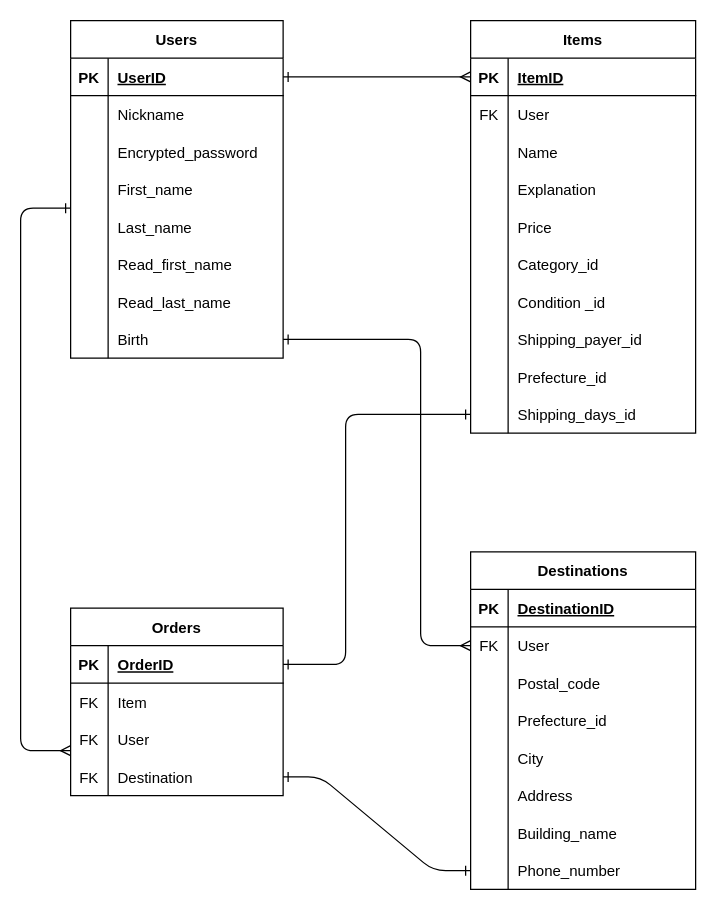
Above: furima-40424.dio in Ren-40424/furima-40424 (draw.io), before the change. Source tidied: cells renumbered, new cells numbered last; positions are measured from the earlier drawing's top-left corner, leaving out a move shared by most shapes. Both pictures are drawn from the tidied source at 125%, with x=0, y=0 at pixel (20, 20).
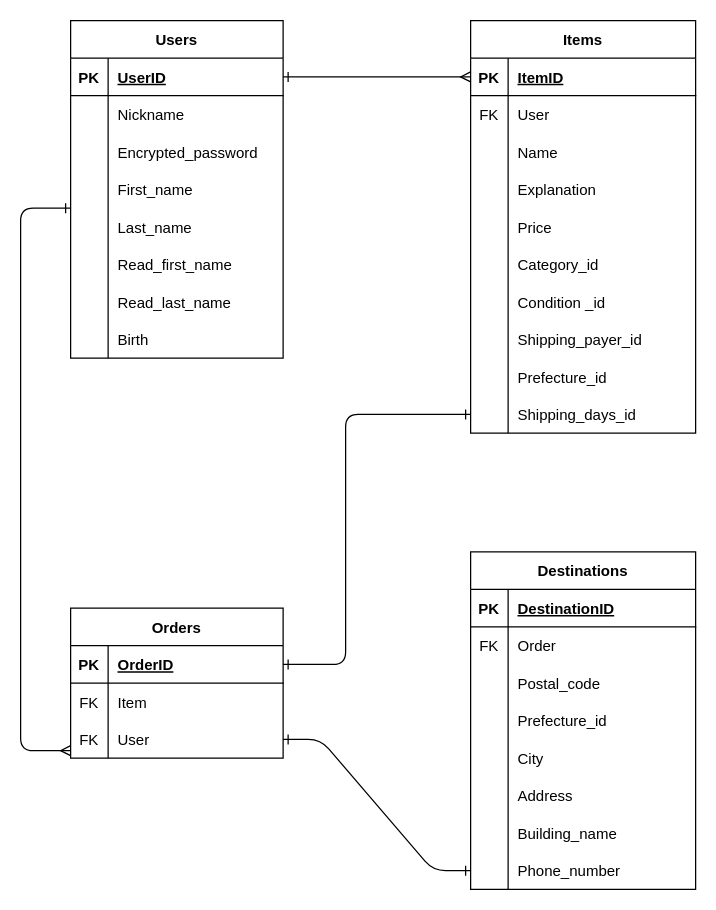
The same page after the edit.

Commit message (it also covers changes not shown here):
データベース設計の修正

Unchanged cells that the change refers to:
```xml
<mxCell id="24" style="shape=tableRow;horizontal=0;startSize=0;swimlaneHead=0;swimlaneBody=0;fillColor=none;points=[[0,0.5],[1,0.5]];portConstraint=eastwest;top=0;left=0;right=0;bottom=0;" parent="2" vertex="1">
  <mxGeometry y="240" width="170" height="30" as="geometry" />
</mxCell>
<mxCell id="65" style="shape=tableRow;horizontal=0;startSize=0;swimlaneHead=0;swimlaneBody=0;fillColor=none;points=[[0,0.5],[1,0.5]];portConstraint=eastwest;top=0;left=0;right=0;bottom=0;" parent="58" vertex="1">
  <mxGeometry y="90" width="170" height="30" as="geometry" />
</mxCell>
<mxCell id="75" style="shape=tableRow;horizontal=0;startSize=0;swimlaneHead=0;swimlaneBody=0;fillColor=none;points=[[0,0.5],[1,0.5]];portConstraint=eastwest;top=0;left=0;right=0;bottom=0;" parent="71" vertex="1">
  <mxGeometry y="60" width="180" height="30" as="geometry" />
</mxCell>
<mxCell id="93" style="shape=tableRow;horizontal=0;startSize=0;swimlaneHead=0;swimlaneBody=0;fillColor=none;points=[[0,0.5],[1,0.5]];portConstraint=eastwest;top=0;left=0;right=0;bottom=0;" parent="71" vertex="1">
  <mxGeometry y="240" width="180" height="30" as="geometry" />
</mxCell>
```

The edit, as a diff of the source:
```diff
@@
     <mxCell id="58" value="Orders" style="shape=table;startSize=30;childLayout=tableLayout;rowLines=0;fontStyle=1;align=center;" parent="1" vertex="1">
-      <mxGeometry x="40" y="470" width="170" height="150" as="geometry" />
+      <mxGeometry x="40" y="470" width="170" height="120" as="geometry" />
     </mxCell>
@@
-    <mxCell id="68" style="shape=tableRow;horizontal=0;startSize=0;swimlaneHead=0;swimlaneBody=0;fillColor=none;points=[[0,0.5],[1,0.5]];portConstraint=eastwest;top=0;left=0;right=0;bottom=0;" parent="58" vertex="1">
-      <mxGeometry y="120" width="170" height="30" as="geometry" />
-    </mxCell>
-    <mxCell id="69" value="FK" style="shape=partialRectangle;fillColor=none;top=0;left=0;bottom=0;right=0;overflow=hidden;" parent="68" vertex="1">
-      <mxGeometry width="30" height="30" as="geometry" />
-    </mxCell>
-    <mxCell id="70" value="Destination" style="shape=partialRectangle;fillColor=none;top=0;left=0;bottom=0;right=0;align=left;spacingLeft=6;overflow=hidden;" parent="68" vertex="1">
-      <mxGeometry x="30" width="140" height="30" as="geometry" />
-    </mxCell>
@@
-    <mxCell id="77" value="User" style="shape=partialRectangle;fillColor=none;top=0;left=0;bottom=0;right=0;align=left;spacingLeft=6;overflow=hidden;" parent="75" vertex="1">
+    <mxCell id="77" value="Order" style="shape=partialRectangle;fillColor=none;top=0;left=0;bottom=0;right=0;align=left;spacingLeft=6;overflow=hidden;" parent="75" vertex="1">
       <mxGeometry x="30" width="150" height="30" as="geometry" />
     </mxCell>
@@
-    <mxCell id="97" style="edgeStyle=entityRelationEdgeStyle;fontSize=12;html=1;endArrow=ERone;startArrow=ERone;entryX=0;entryY=0.5;entryDx=0;entryDy=0;exitX=1;exitY=0.5;exitDx=0;exitDy=0;startFill=0;endFill=0;" parent="1" edge="1" source="68" target="93">
+    <mxCell id="97" style="edgeStyle=entityRelationEdgeStyle;fontSize=12;html=1;endArrow=ERone;startArrow=ERone;entryX=0;entryY=0.5;entryDx=0;entryDy=0;exitX=1;exitY=0.5;exitDx=0;exitDy=0;startFill=0;endFill=0;" parent="1" edge="1" source="65" target="93">
       <mxGeometry relative="1" as="geometry" />
     </mxCell>
-    <mxCell id="98" style="edgeStyle=none;html=1;exitX=1;exitY=0.5;exitDx=0;exitDy=0;entryX=0;entryY=0.5;entryDx=0;entryDy=0;endArrow=ERmany;endFill=0;startArrow=ERone;startFill=0;" parent="1" edge="1" source="24" target="75">
-      <mxGeometry relative="1" as="geometry">
-        <Array as="points">
-          <mxPoint x="320" y="255" />
-          <mxPoint x="320" y="370" />
-          <mxPoint x="320" y="500" />
-        </Array>
-      </mxGeometry>
-    </mxCell>
```
